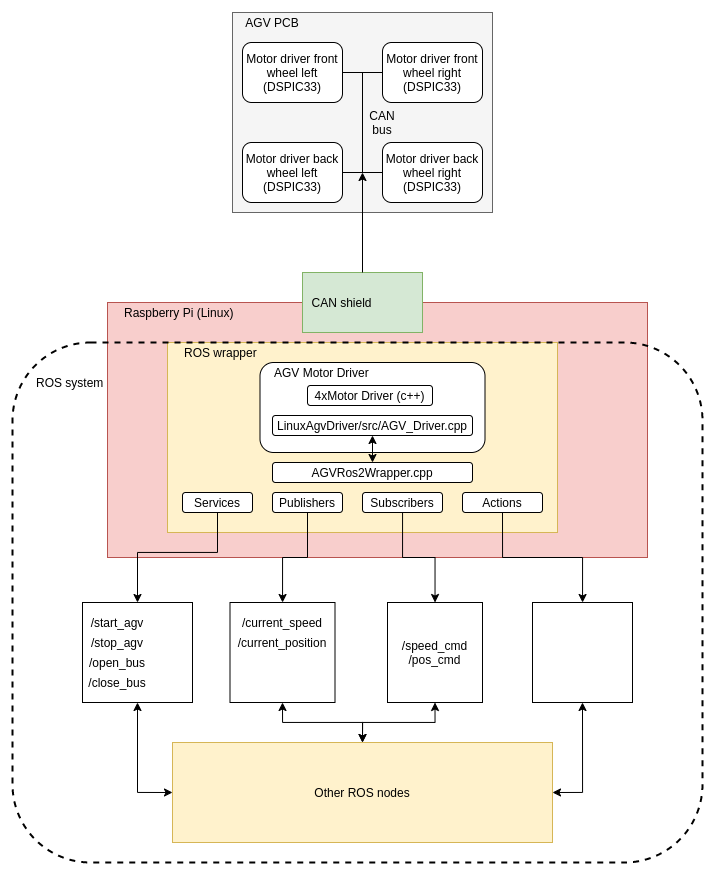
Before: Documents/AGV.png, a diagram exported from draw.io (samsamfire/projet_smart_factory). Source tidied: cells renumbered, new cells last; positions are measured from the earlier drawing's top-left corner, leaving out a move shared by most shapes.
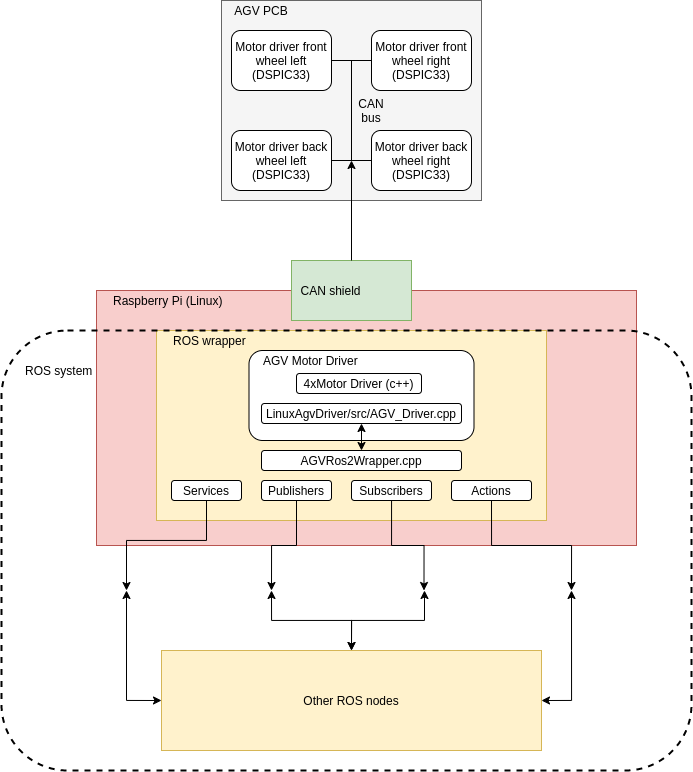
After the change.

Diff of the diagram source:
```diff
@@ -8,15 +8,11 @@
     <mxCell id="3" style="rounded=0;whiteSpace=wrap;html=1;fillColor=#d5e8d4;strokeColor=#82b366;" parent="1" vertex="1">
       <mxGeometry x="290" y="260" width="120" height="60" as="geometry" />
     </mxCell>
-    <mxCell id="4" style="edgeStyle=orthogonalEdgeStyle;rounded=0;jettySize=auto;html=1;exitX=0.5;exitY=1;exitDx=0;exitDy=0;entryX=0.5;entryY=0;entryDx=0;entryDy=0;startArrow=classic;startFill=1;" parent="1" edge="1" source="5" target="47">
-      <mxGeometry relative="1" as="geometry" />
+    <mxCell id="4" style="edgeStyle=orthogonalEdgeStyle;rounded=0;jettySize=auto;html=1;entryX=0.5;entryY=0;entryDx=0;entryDy=0;startArrow=classic;startFill=1;" parent="1" edge="1" target="47">
+      <mxGeometry relative="1" as="geometry">
+        <mxPoint x="270" y="590" as="sourcePoint" />
+      </mxGeometry>
     </mxCell>
-    <mxCell id="5" style="rounded=0;whiteSpace=wrap;html=1;" parent="1" vertex="1">
-      <mxGeometry x="217.5" y="590" width="105" height="100" as="geometry" />
-    </mxCell>
-    <mxCell id="6" style="rounded=0;whiteSpace=wrap;html=1;" parent="1" vertex="1">
-      <mxGeometry x="70" y="590" width="110" height="100" as="geometry" />
-    </mxCell>
     <mxCell id="7" style="rounded=0;whiteSpace=wrap;html=1;fillColor=#f5f5f5;strokeColor=#666666;fontColor=#333333;" parent="1" vertex="1">
       <mxGeometry x="220" width="260" height="200" as="geometry" />
     </mxCell>
@@ -56,8 +52,9 @@
     <mxCell id="18" value="ROS wrapper" style="text;html=1;strokeColor=none;fillColor=none;align=left;verticalAlign=middle;whiteSpace=wrap;rounded=0;" parent="1" vertex="1">
       <mxGeometry x="170" y="330" width="120" height="20" as="geometry" />
     </mxCell>
-    <mxCell id="19" style="edgeStyle=orthogonalEdgeStyle;rounded=0;jettySize=auto;html=1;exitX=0.5;exitY=1;exitDx=0;exitDy=0;entryX=0.5;entryY=0;entryDx=0;entryDy=0;" parent="1" edge="1" source="20" target="6">
+    <mxCell id="19" style="edgeStyle=orthogonalEdgeStyle;rounded=0;jettySize=auto;html=1;exitX=0.5;exitY=1;exitDx=0;exitDy=0;entryX=0.5;entryY=0;entryDx=0;entryDy=0;" parent="1" edge="1" source="20">
       <mxGeometry relative="1" as="geometry">
+        <mxPoint x="125" y="590" as="targetPoint" />
         <Array as="points">
           <mxPoint x="205" y="540" />
           <mxPoint x="125" y="540" />
@@ -67,20 +64,26 @@
     <mxCell id="20" value="Services" style="rounded=1;whiteSpace=wrap;html=1;" parent="1" vertex="1">
       <mxGeometry x="170" y="480" width="70" height="20" as="geometry" />
     </mxCell>
-    <mxCell id="21" style="edgeStyle=orthogonalEdgeStyle;rounded=0;jettySize=auto;html=1;" parent="1" edge="1" source="22" target="35">
-      <mxGeometry relative="1" as="geometry" />
+    <mxCell id="21" style="edgeStyle=orthogonalEdgeStyle;rounded=0;jettySize=auto;html=1;" parent="1" edge="1" source="22">
+      <mxGeometry relative="1" as="geometry">
+        <mxPoint x="422.5" y="590" as="targetPoint" />
+      </mxGeometry>
     </mxCell>
     <mxCell id="22" value="Subscribers" style="rounded=1;whiteSpace=wrap;html=1;" parent="1" vertex="1">
       <mxGeometry x="350" y="480" width="80" height="20" as="geometry" />
     </mxCell>
-    <mxCell id="23" style="edgeStyle=orthogonalEdgeStyle;rounded=0;jettySize=auto;html=1;exitX=0.5;exitY=1;exitDx=0;exitDy=0;" parent="1" edge="1" source="24" target="5">
-      <mxGeometry relative="1" as="geometry" />
+    <mxCell id="23" style="edgeStyle=orthogonalEdgeStyle;rounded=0;jettySize=auto;html=1;exitX=0.5;exitY=1;exitDx=0;exitDy=0;" parent="1" edge="1" source="24">
+      <mxGeometry relative="1" as="geometry">
+        <mxPoint x="270" y="590" as="targetPoint" />
+      </mxGeometry>
     </mxCell>
     <mxCell id="24" value="Publishers" style="rounded=1;whiteSpace=wrap;html=1;" parent="1" vertex="1">
       <mxGeometry x="260" y="480" width="70" height="20" as="geometry" />
     </mxCell>
-    <mxCell id="25" style="edgeStyle=orthogonalEdgeStyle;rounded=0;jettySize=auto;html=1;exitX=0.5;exitY=1;exitDx=0;exitDy=0;" parent="1" edge="1" source="26" target="37">
-      <mxGeometry relative="1" as="geometry" />
+    <mxCell id="25" style="edgeStyle=orthogonalEdgeStyle;rounded=0;jettySize=auto;html=1;exitX=0.5;exitY=1;exitDx=0;exitDy=0;" parent="1" edge="1" source="26">
+      <mxGeometry relative="1" as="geometry">
+        <mxPoint x="570" y="590" as="targetPoint" />
+      </mxGeometry>
     </mxCell>
     <mxCell id="26" value="Actions" style="rounded=1;whiteSpace=wrap;html=1;" parent="1" vertex="1">
       <mxGeometry x="450" y="480" width="80" height="20" as="geometry" />
@@ -88,40 +91,19 @@
     <mxCell id="27" value="AGV PCB" style="text;html=1;strokeColor=none;fillColor=none;align=center;verticalAlign=middle;whiteSpace=wrap;rounded=0;" parent="1" vertex="1">
       <mxGeometry x="220" width="80" height="20" as="geometry" />
     </mxCell>
-    <mxCell id="28" value="/start_agv" style="text;html=1;strokeColor=none;fillColor=none;align=center;verticalAlign=middle;whiteSpace=wrap;rounded=0;" parent="1" vertex="1">
-      <mxGeometry x="85" y="600" width="40" height="20" as="geometry" />
-    </mxCell>
-    <mxCell id="29" value="/stop_agv" style="text;html=1;strokeColor=none;fillColor=none;align=center;verticalAlign=middle;whiteSpace=wrap;rounded=0;" parent="1" vertex="1">
-      <mxGeometry x="85" y="620" width="40" height="20" as="geometry" />
-    </mxCell>
-    <mxCell id="30" value="/open_bus" style="text;html=1;strokeColor=none;fillColor=none;align=center;verticalAlign=middle;whiteSpace=wrap;rounded=0;" parent="1" vertex="1">
-      <mxGeometry x="85" y="640" width="40" height="20" as="geometry" />
-    </mxCell>
-    <mxCell id="31" value="/close_bus" style="text;html=1;strokeColor=none;fillColor=none;align=center;verticalAlign=middle;whiteSpace=wrap;rounded=0;" parent="1" vertex="1">
-      <mxGeometry x="85" y="660" width="40" height="20" as="geometry" />
-    </mxCell>
-    <mxCell id="32" value="/current_speed" style="text;html=1;strokeColor=none;fillColor=none;align=center;verticalAlign=middle;whiteSpace=wrap;rounded=0;" parent="1" vertex="1">
-      <mxGeometry x="250" y="600" width="40" height="20" as="geometry" />
-    </mxCell>
-    <mxCell id="33" value="/current_position" style="text;html=1;strokeColor=none;fillColor=none;align=center;verticalAlign=middle;whiteSpace=wrap;rounded=0;" parent="1" vertex="1">
-      <mxGeometry x="250" y="620" width="40" height="20" as="geometry" />
-    </mxCell>
-    <mxCell id="34" style="edgeStyle=orthogonalEdgeStyle;rounded=0;jettySize=auto;html=1;exitX=0.5;exitY=1;exitDx=0;exitDy=0;entryX=0.5;entryY=0;entryDx=0;entryDy=0;startArrow=classic;startFill=1;" parent="1" edge="1" source="35" target="47">
-      <mxGeometry relative="1" as="geometry" />
+    <mxCell id="34" style="edgeStyle=orthogonalEdgeStyle;rounded=0;jettySize=auto;html=1;entryX=0.5;entryY=0;entryDx=0;entryDy=0;startArrow=classic;startFill=1;" parent="1" edge="1" target="47">
+      <mxGeometry relative="1" as="geometry">
+        <mxPoint x="423" y="590" as="sourcePoint" />
+      </mxGeometry>
     </mxCell>
-    <mxCell id="35" value="/speed_cmd&lt;br&gt;/pos_cmd" style="rounded=0;whiteSpace=wrap;html=1;" parent="1" vertex="1">
-      <mxGeometry x="375" y="590" width="95" height="100" as="geometry" />
-    </mxCell>
-    <mxCell id="36" style="edgeStyle=orthogonalEdgeStyle;rounded=0;jettySize=auto;html=1;exitX=0.5;exitY=1;exitDx=0;exitDy=0;entryX=1;entryY=0.5;entryDx=0;entryDy=0;startArrow=classic;startFill=1;" parent="1" edge="1" source="37" target="47">
+    <mxCell id="36" style="edgeStyle=orthogonalEdgeStyle;rounded=0;jettySize=auto;html=1;entryX=1;entryY=0.5;entryDx=0;entryDy=0;startArrow=classic;startFill=1;" parent="1" edge="1" target="47">
       <mxGeometry relative="1" as="geometry">
+        <mxPoint x="570" y="590" as="sourcePoint" />
         <Array as="points">
-          <mxPoint x="570" y="780" />
+          <mxPoint x="570" y="700" />
         </Array>
       </mxGeometry>
     </mxCell>
-    <mxCell id="37" style="rounded=0;whiteSpace=wrap;html=1;" parent="1" vertex="1">
-      <mxGeometry x="520" y="590" width="100" height="100" as="geometry" />
-    </mxCell>
     <mxCell id="38" value="4xMotor Driver (c++)" style="rounded=1;whiteSpace=wrap;html=1;" parent="1" vertex="1">
       <mxGeometry x="295" y="373" width="125" height="20" as="geometry" />
     </mxCell>
@@ -148,21 +130,22 @@
     <mxCell id="45" value="AGVRos2Wrapper.cpp" style="rounded=1;whiteSpace=wrap;html=1;" parent="1" vertex="1">
       <mxGeometry x="260" y="450" width="200" height="20" as="geometry" />
     </mxCell>
-    <mxCell id="46" style="edgeStyle=orthogonalEdgeStyle;rounded=0;jettySize=auto;html=1;exitX=0;exitY=0.5;exitDx=0;exitDy=0;entryX=0.5;entryY=1;entryDx=0;entryDy=0;startArrow=classic;startFill=1;" parent="1" edge="1" source="47" target="6">
+    <mxCell id="46" style="edgeStyle=orthogonalEdgeStyle;rounded=0;jettySize=auto;html=1;exitX=0;exitY=0.5;exitDx=0;exitDy=0;startArrow=classic;startFill=1;" parent="1" edge="1" source="47">
       <mxGeometry relative="1" as="geometry">
+        <mxPoint x="125" y="590" as="targetPoint" />
         <Array as="points">
-          <mxPoint x="125" y="780" />
+          <mxPoint x="125" y="700" />
         </Array>
       </mxGeometry>
     </mxCell>
     <mxCell id="47" value="&lt;span style=&quot;text-align: left&quot;&gt;Other ROS nodes&lt;/span&gt;" style="rounded=0;whiteSpace=wrap;html=1;fillColor=#fff2cc;strokeColor=#d6b656;" parent="1" vertex="1">
-      <mxGeometry x="160" y="730" width="380" height="100" as="geometry" />
+      <mxGeometry x="160" y="650" width="380" height="100" as="geometry" />
     </mxCell>
     <mxCell id="48" value="ROS system" style="text;html=1;strokeColor=none;fillColor=none;align=left;verticalAlign=middle;whiteSpace=wrap;rounded=0;" parent="1" vertex="1">
       <mxGeometry x="22" y="360" width="120" height="20" as="geometry" />
     </mxCell>
-    <mxCell id="49" style="rounded=1;whiteSpace=wrap;html=1;dashed=1;fillColor=none;strokeWidth=2;" parent="1" vertex="1">
-      <mxGeometry y="330" width="690" height="520" as="geometry" />
+    <mxCell id="49" style="rounded=1;whiteSpace=wrap;html=1;dashed=1;fillColor=none;strokeWidth=2;verticalAlign=bottom;" parent="1" vertex="1">
+      <mxGeometry y="330" width="690" height="440" as="geometry" />
     </mxCell>
   </root>
 </mxGraphModel>
```
